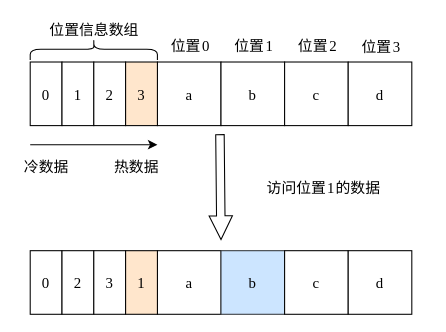
Above: page "位置信息数组" (10 of 18) of 毕业论文.drawio in HustDsy/Picture (draw.io), before the change. Source tidied: cells renumbered, new cells numbered last; positions are measured from the earlier drawing's top-left corner, leaving out a move shared by most shapes. Both pictures are drawn from the tidied source at 106%, with x=0, y=0 at pixel (17, -15).
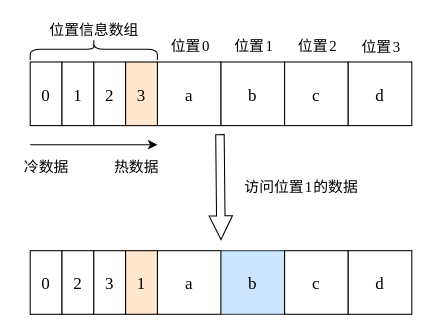
The same page after the edit.

Change to the diagram source:
```diff
@@
-    <mxCell id="2" value="0" style="rounded=0;strokeWidth=1;fontFamily=Times New Roman;fontSize=14;" parent="1" vertex="1">
+    <mxCell id="2" value="0" style="rounded=0;strokeWidth=1;fontFamily=Times New Roman;fontSize=16;" parent="1" vertex="1">
       <mxGeometry x="12" y="72" width="30" height="60" as="geometry" />
     </mxCell>
-    <mxCell id="3" value="a" style="rounded=0;strokeWidth=1;fontFamily=Times New Roman;fontSize=14;" parent="1" vertex="1">
+    <mxCell id="3" value="a" style="rounded=0;strokeWidth=1;fontFamily=Times New Roman;fontSize=16;" parent="1" vertex="1">
       <mxGeometry x="132" y="72" width="60" height="60" as="geometry" />
     </mxCell>
-    <mxCell id="4" value="b" style="rounded=0;strokeWidth=1;fontFamily=Times New Roman;fontSize=14;" parent="1" vertex="1">
+    <mxCell id="4" value="b" style="rounded=0;strokeWidth=1;fontFamily=Times New Roman;fontSize=16;" parent="1" vertex="1">
       <mxGeometry x="192" y="72" width="60" height="60" as="geometry" />
     </mxCell>
-    <mxCell id="5" value="c" style="rounded=0;strokeWidth=1;fontFamily=Times New Roman;fontSize=14;" parent="1" vertex="1">
+    <mxCell id="5" value="c" style="rounded=0;strokeWidth=1;fontFamily=Times New Roman;fontSize=16;" parent="1" vertex="1">
       <mxGeometry x="252" y="72" width="60" height="60" as="geometry" />
     </mxCell>
-    <mxCell id="6" value="d" style="rounded=0;strokeWidth=1;fontFamily=Times New Roman;fontSize=14;" parent="1" vertex="1">
+    <mxCell id="6" value="d" style="rounded=0;strokeWidth=1;fontFamily=Times New Roman;fontSize=16;" parent="1" vertex="1">
       <mxGeometry x="312" y="72" width="60" height="60" as="geometry" />
     </mxCell>
@@
-    <mxCell id="8" value="1" style="rounded=0;strokeWidth=1;fontFamily=Times New Roman;fontSize=14;" parent="1" vertex="1">
+    <mxCell id="8" value="1" style="rounded=0;strokeWidth=1;fontFamily=Times New Roman;fontSize=16;" parent="1" vertex="1">
       <mxGeometry x="42" y="72" width="30" height="60" as="geometry" />
     </mxCell>
-    <mxCell id="9" value="2" style="rounded=0;strokeWidth=1;fontFamily=Times New Roman;fontSize=14;" parent="1" vertex="1">
+    <mxCell id="9" value="2" style="rounded=0;strokeWidth=1;fontFamily=Times New Roman;fontSize=16;" parent="1" vertex="1">
       <mxGeometry x="72" y="72" width="30" height="60" as="geometry" />
     </mxCell>
-    <mxCell id="10" value="3" style="rounded=0;strokeWidth=1;fillColor=#ffe6cc;strokeColor=#000000;fontFamily=Times New Roman;fontSize=14;" parent="1" vertex="1">
+    <mxCell id="10" value="3" style="rounded=0;strokeWidth=1;fillColor=#ffe6cc;strokeColor=#000000;fontFamily=Times New Roman;fontSize=16;" parent="1" vertex="1">
       <mxGeometry x="102" y="72" width="30" height="60" as="geometry" />
     </mxCell>
@@
-    <mxCell id="13" style="endArrow=classic;rounded=0;fontFamily=Times New Roman;fontSize=14;strokeWidth=1;" parent="1" edge="1">
+    <mxCell id="13" style="endArrow=classic;rounded=0;fontFamily=Times New Roman;fontSize=16;strokeWidth=1;" parent="1" edge="1">
       <mxGeometry relative="1" as="geometry">
         <mxPoint x="12" y="150" as="sourcePoint" />
         <mxPoint x="132" y="150" as="targetPoint" />
       </mxGeometry>
     </mxCell>
@@
-    <mxCell id="16" value="0" style="rounded=0;strokeWidth=1;fontFamily=Times New Roman;fontSize=14;" parent="1" vertex="1">
+    <mxCell id="16" value="0" style="rounded=0;strokeWidth=1;fontFamily=Times New Roman;fontSize=16;" parent="1" vertex="1">
       <mxGeometry x="12" y="250" width="30" height="60" as="geometry" />
     </mxCell>
-    <mxCell id="17" value="a" style="rounded=0;strokeWidth=1;fontFamily=Times New Roman;fontSize=14;" parent="1" vertex="1">
+    <mxCell id="17" value="a" style="rounded=0;strokeWidth=1;fontFamily=Times New Roman;fontSize=16;" parent="1" vertex="1">
       <mxGeometry x="132" y="250" width="60" height="60" as="geometry" />
     </mxCell>
-    <mxCell id="18" value="b" style="rounded=0;strokeWidth=1;fillColor=#cce5ff;strokeColor=#36393d;fontFamily=Times New Roman;fontSize=14;" parent="1" vertex="1">
+    <mxCell id="18" value="b" style="rounded=0;strokeWidth=1;fillColor=#cce5ff;strokeColor=#36393d;fontFamily=Times New Roman;fontSize=16;" parent="1" vertex="1">
       <mxGeometry x="192" y="250" width="60" height="60" as="geometry" />
     </mxCell>
-    <mxCell id="19" value="c" style="rounded=0;strokeWidth=1;fontFamily=Times New Roman;fontSize=14;" parent="1" vertex="1">
+    <mxCell id="19" value="c" style="rounded=0;strokeWidth=1;fontFamily=Times New Roman;fontSize=16;" parent="1" vertex="1">
       <mxGeometry x="252" y="250" width="60" height="60" as="geometry" />
     </mxCell>
-    <mxCell id="20" value="d" style="rounded=0;strokeWidth=1;fontFamily=Times New Roman;fontSize=14;" parent="1" vertex="1">
+    <mxCell id="20" value="d" style="rounded=0;strokeWidth=1;fontFamily=Times New Roman;fontSize=16;" parent="1" vertex="1">
       <mxGeometry x="312" y="250" width="60" height="60" as="geometry" />
     </mxCell>
-    <mxCell id="21" value="2" style="rounded=0;strokeWidth=1;fontFamily=Times New Roman;fontSize=14;" parent="1" vertex="1">
+    <mxCell id="21" value="2" style="rounded=0;strokeWidth=1;fontFamily=Times New Roman;fontSize=16;" parent="1" vertex="1">
       <mxGeometry x="42" y="250" width="30" height="60" as="geometry" />
     </mxCell>
-    <mxCell id="22" value="3" style="rounded=0;strokeWidth=1;fontFamily=Times New Roman;fontSize=14;" parent="1" vertex="1">
+    <mxCell id="22" value="3" style="rounded=0;strokeWidth=1;fontFamily=Times New Roman;fontSize=16;" parent="1" vertex="1">
       <mxGeometry x="72" y="250" width="30" height="60" as="geometry" />
     </mxCell>
-    <mxCell id="23" value="1" style="rounded=0;strokeWidth=1;fillColor=#ffe6cc;strokeColor=#000000;fontFamily=Times New Roman;fontSize=14;" parent="1" vertex="1">
+    <mxCell id="23" value="1" style="rounded=0;strokeWidth=1;fillColor=#ffe6cc;strokeColor=#000000;fontFamily=Times New Roman;fontSize=16;" parent="1" vertex="1">
       <mxGeometry x="102" y="250" width="30" height="60" as="geometry" />
     </mxCell>
@@
     <mxCell id="25" value="访问位置" style="text;align=center;verticalAlign=middle;strokeColor=none;fillColor=none;fontSize=14;fontFamily=简宋;strokeWidth=1;" parent="1" vertex="1">
-      <mxGeometry x="225" y="179" width="77" height="22" as="geometry" />
+      <mxGeometry x="204" y="178" width="77" height="22" as="geometry" />
     </mxCell>
@@
     <mxCell id="33" value="1" style="text;strokeColor=none;fillColor=none;align=center;verticalAlign=middle;rounded=0;glass=0;labelBackgroundColor=default;labelBorderColor=none;fontFamily=Times New Roman;fontSize=14;" parent="1" vertex="1">
-      <mxGeometry x="266" y="175" width="60" height="30" as="geometry" />
+      <mxGeometry x="245" y="174" width="60" height="30" as="geometry" />
     </mxCell>
     <mxCell id="34" value="的数据" style="text;align=center;verticalAlign=middle;strokeColor=none;fillColor=none;fontSize=14;fontFamily=简宋;strokeWidth=1;" parent="1" vertex="1">
-      <mxGeometry x="294" y="179" width="55" height="22" as="geometry" />
+      <mxGeometry x="273" y="178" width="55" height="22" as="geometry" />
     </mxCell>
```
